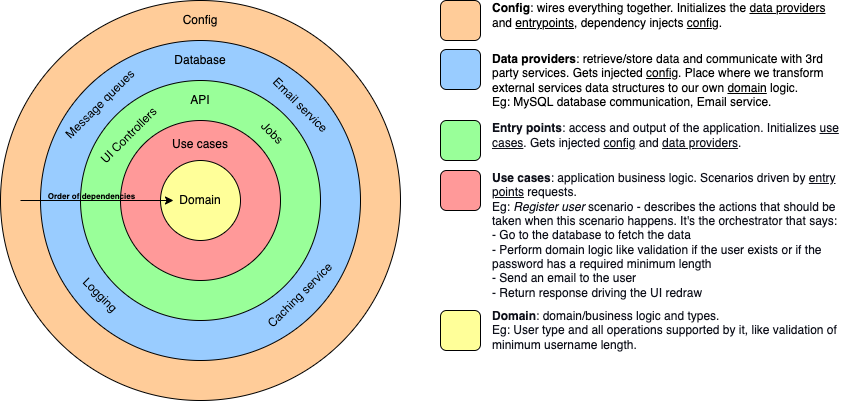
Above: diagram.png in Hurtak/clean-architecture (draw.io), before the change. Source tidied: cells renumbered, new cells last; positions are measured from the earlier drawing's top-left corner, leaving out a move shared by most shapes.
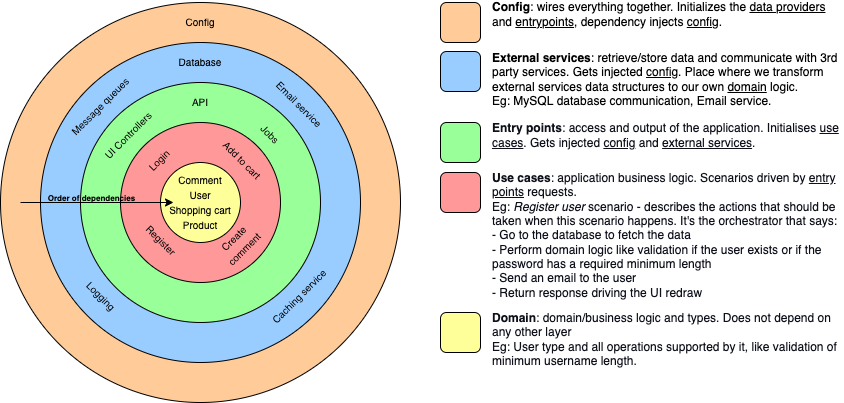
Above is the later version.

Commit message:
data-providers -> external-services

Diff of the diagram source:
```diff
@@ -17,37 +17,34 @@
     <mxCell id="6" style="ellipse;whiteSpace=wrap;html=1;fillColor=#FFFF99;" parent="1" vertex="1">
       <mxGeometry x="160" y="160" width="80" height="80" as="geometry" />
     </mxCell>
-    <mxCell id="7" value="Domain" style="text;html=1;strokeColor=none;fillColor=none;align=center;verticalAlign=middle;whiteSpace=wrap;rounded=0;" parent="1" vertex="1">
-      <mxGeometry x="170" y="185" width="60" height="30" as="geometry" />
-    </mxCell>
-    <mxCell id="8" value="Use cases" style="text;html=1;strokeColor=none;fillColor=none;align=center;verticalAlign=middle;whiteSpace=wrap;rounded=0;" parent="1" vertex="1">
-      <mxGeometry x="170" y="129" width="60" height="30" as="geometry" />
+    <mxCell id="8" value="&lt;font style=&quot;font-size: 10px&quot;&gt;Register&lt;/font&gt;" style="text;html=1;strokeColor=none;fillColor=none;align=center;verticalAlign=middle;whiteSpace=wrap;rounded=0;rotation=45;" parent="1" vertex="1">
+      <mxGeometry x="121" y="223" width="80" height="30" as="geometry" />
     </mxCell>
-    <mxCell id="9" value="API" style="text;html=1;strokeColor=none;fillColor=none;align=center;verticalAlign=middle;whiteSpace=wrap;rounded=0;" parent="1" vertex="1">
+    <mxCell id="9" value="&lt;font style=&quot;font-size: 10px&quot;&gt;API&lt;/font&gt;" style="text;html=1;strokeColor=none;fillColor=none;align=center;verticalAlign=middle;whiteSpace=wrap;rounded=0;" parent="1" vertex="1">
       <mxGeometry x="170" y="85" width="60" height="30" as="geometry" />
     </mxCell>
-    <mxCell id="10" value="Jobs" style="text;html=1;strokeColor=none;fillColor=none;align=center;verticalAlign=middle;whiteSpace=wrap;rounded=0;rotation=45;" parent="1" vertex="1">
-      <mxGeometry x="242" y="120" width="60" height="26" as="geometry" />
+    <mxCell id="10" value="&lt;font style=&quot;font-size: 10px&quot;&gt;Jobs&lt;/font&gt;" style="text;html=1;strokeColor=none;fillColor=none;align=center;verticalAlign=middle;whiteSpace=wrap;rounded=0;rotation=45;" parent="1" vertex="1">
+      <mxGeometry x="240" y="119" width="60" height="26" as="geometry" />
     </mxCell>
-    <mxCell id="11" value="UI Controllers&amp;nbsp;" style="text;html=1;strokeColor=none;fillColor=none;align=center;verticalAlign=middle;whiteSpace=wrap;rounded=0;rotation=-45;" parent="1" vertex="1">
-      <mxGeometry x="85" y="119" width="90" height="30" as="geometry" />
+    <mxCell id="11" value="&lt;font style=&quot;font-size: 10px&quot;&gt;UI Controllers&amp;nbsp;&lt;/font&gt;" style="text;html=1;strokeColor=none;fillColor=none;align=center;verticalAlign=middle;whiteSpace=wrap;rounded=0;rotation=-45;" parent="1" vertex="1">
+      <mxGeometry x="84" y="117" width="90" height="30" as="geometry" />
     </mxCell>
-    <mxCell id="12" value="Database" style="text;html=1;strokeColor=none;fillColor=none;align=center;verticalAlign=middle;whiteSpace=wrap;rounded=0;" parent="1" vertex="1">
+    <mxCell id="12" value="&lt;font style=&quot;font-size: 10px&quot;&gt;Database&lt;/font&gt;" style="text;html=1;strokeColor=none;fillColor=none;align=center;verticalAlign=middle;whiteSpace=wrap;rounded=0;" parent="1" vertex="1">
       <mxGeometry x="170" y="45" width="60" height="30" as="geometry" />
     </mxCell>
-    <mxCell id="13" value="Message queues" style="text;html=1;strokeColor=none;fillColor=none;align=center;verticalAlign=middle;whiteSpace=wrap;rounded=0;rotation=-45;" parent="1" vertex="1">
+    <mxCell id="13" value="&lt;font style=&quot;font-size: 10px&quot;&gt;Message queues&lt;/font&gt;" style="text;html=1;strokeColor=none;fillColor=none;align=center;verticalAlign=middle;whiteSpace=wrap;rounded=0;rotation=-45;" parent="1" vertex="1">
       <mxGeometry x="50" y="89" width="100" height="30" as="geometry" />
     </mxCell>
-    <mxCell id="14" value="Email service" style="text;html=1;strokeColor=none;fillColor=none;align=center;verticalAlign=middle;whiteSpace=wrap;rounded=0;rotation=45;" parent="1" vertex="1">
-      <mxGeometry x="250" y="90" width="100" height="30" as="geometry" />
+    <mxCell id="14" value="&lt;font style=&quot;font-size: 10px&quot;&gt;Email service&lt;/font&gt;" style="text;html=1;strokeColor=none;fillColor=none;align=center;verticalAlign=middle;whiteSpace=wrap;rounded=0;rotation=45;" parent="1" vertex="1">
+      <mxGeometry x="249" y="87" width="100" height="30" as="geometry" />
     </mxCell>
-    <mxCell id="15" value="Logging" style="text;html=1;strokeColor=none;fillColor=none;align=center;verticalAlign=middle;whiteSpace=wrap;rounded=0;rotation=45;" parent="1" vertex="1">
-      <mxGeometry x="50" y="280" width="100" height="30" as="geometry" />
+    <mxCell id="15" value="&lt;font style=&quot;font-size: 10px&quot;&gt;Logging&lt;/font&gt;" style="text;html=1;strokeColor=none;fillColor=none;align=center;verticalAlign=middle;whiteSpace=wrap;rounded=0;rotation=45;" parent="1" vertex="1">
+      <mxGeometry x="51" y="279" width="100" height="30" as="geometry" />
     </mxCell>
-    <mxCell id="16" value="Caching service" style="text;html=1;strokeColor=none;fillColor=none;align=center;verticalAlign=middle;whiteSpace=wrap;rounded=0;rotation=-45;" parent="1" vertex="1">
-      <mxGeometry x="250" y="280" width="100" height="30" as="geometry" />
+    <mxCell id="16" value="&lt;font style=&quot;font-size: 10px&quot;&gt;Caching service&lt;/font&gt;" style="text;html=1;strokeColor=none;fillColor=none;align=center;verticalAlign=middle;whiteSpace=wrap;rounded=0;rotation=-45;" parent="1" vertex="1">
+      <mxGeometry x="249" y="279" width="100" height="30" as="geometry" />
     </mxCell>
-    <mxCell id="17" value="Config" style="text;html=1;strokeColor=none;fillColor=none;align=center;verticalAlign=middle;whiteSpace=wrap;rounded=0;" parent="1" vertex="1">
+    <mxCell id="17" value="&lt;font style=&quot;font-size: 10px&quot;&gt;Config&lt;/font&gt;" style="text;html=1;strokeColor=none;fillColor=none;align=center;verticalAlign=middle;whiteSpace=wrap;rounded=0;" parent="1" vertex="1">
       <mxGeometry x="170" y="5" width="60" height="30" as="geometry" />
     </mxCell>
     <mxCell id="18" style="endArrow=classic;html=1;rounded=0;" parent="1" edge="1">
@@ -63,31 +60,52 @@
       <mxGeometry x="440" width="40" height="40" as="geometry" />
     </mxCell>
     <mxCell id="21" value="&lt;font color=&quot;#000000&quot;&gt;&lt;b&gt;Config&lt;/b&gt;: wires everything together. Initializes the &lt;u&gt;data providers&lt;/u&gt; and &lt;u&gt;entrypoints&lt;/u&gt;, dependency injects &lt;u&gt;config&lt;/u&gt;.&lt;/font&gt;" style="text;html=1;strokeColor=none;fillColor=none;align=left;verticalAlign=middle;whiteSpace=wrap;rounded=0;shadow=1;fontColor=#FFFFFF;" parent="1" vertex="1">
-      <mxGeometry x="490" width="350" height="30" as="geometry" />
+      <mxGeometry x="490" width="350" height="24" as="geometry" />
     </mxCell>
     <mxCell id="22" style="rounded=1;whiteSpace=wrap;html=1;fontColor=#FFFFFF;strokeColor=#000000;fillColor=#99CCFF;" parent="1" vertex="1">
       <mxGeometry x="440" y="49" width="40" height="40" as="geometry" />
     </mxCell>
-    <mxCell id="23" value="&lt;font color=&quot;#000000&quot;&gt;&lt;b&gt;Data providers&lt;/b&gt;: retrieve/store data and communicate with 3rd party services. Gets injected &lt;u&gt;config&lt;/u&gt;. Place where we transform external services data structures to our own &lt;u&gt;domain&lt;/u&gt; logic.&lt;br&gt;Eg: MySQL database communication, Email service.&lt;br&gt;&lt;/font&gt;" style="text;html=1;strokeColor=none;fillColor=none;align=left;verticalAlign=middle;whiteSpace=wrap;rounded=0;shadow=1;fontColor=#FFFFFF;" parent="1" vertex="1">
-      <mxGeometry x="490" y="50" width="350" height="60" as="geometry" />
+    <mxCell id="23" value="&lt;font color=&quot;#000000&quot;&gt;&lt;b&gt;External services&lt;/b&gt;: retrieve/store data and communicate with 3rd party services. Gets injected &lt;u&gt;config&lt;/u&gt;. Place where we transform external services data structures to our own &lt;u&gt;domain&lt;/u&gt; logic.&lt;br&gt;Eg: MySQL database communication, Email service.&lt;br&gt;&lt;/font&gt;" style="text;html=1;strokeColor=none;fillColor=none;align=left;verticalAlign=middle;whiteSpace=wrap;rounded=0;shadow=1;fontColor=#FFFFFF;" parent="1" vertex="1">
+      <mxGeometry x="490" y="50" width="350" height="53" as="geometry" />
     </mxCell>
     <mxCell id="24" style="rounded=1;whiteSpace=wrap;html=1;fontColor=#FFFFFF;strokeColor=#000000;fillColor=#99FF99;" parent="1" vertex="1">
       <mxGeometry x="440" y="120" width="40" height="40" as="geometry" />
     </mxCell>
-    <mxCell id="25" value="&lt;strong style=&quot;color: rgb(14 , 16 , 26) ; background: transparent ; margin-top: 0pt ; margin-bottom: 0pt&quot;&gt;Entry points&lt;/strong&gt;&lt;span style=&quot;color: rgb(14 , 16 , 26) ; background: transparent ; margin-top: 0pt ; margin-bottom: 0pt&quot;&gt;: access and output of the application. Initializes&amp;nbsp;&lt;/span&gt;&lt;u style=&quot;color: rgb(14 , 16 , 26) ; background: transparent ; margin-top: 0pt ; margin-bottom: 0pt&quot;&gt;&lt;span style=&quot;background: transparent ; margin-top: 0pt ; margin-bottom: 0pt&quot;&gt;use cases&lt;/span&gt;&lt;/u&gt;&lt;span style=&quot;color: rgb(14 , 16 , 26) ; background: transparent ; margin-top: 0pt ; margin-bottom: 0pt&quot;&gt;. Gets injected&amp;nbsp;&lt;/span&gt;&lt;u style=&quot;color: rgb(14 , 16 , 26) ; background: transparent ; margin-top: 0pt ; margin-bottom: 0pt&quot;&gt;&lt;span style=&quot;background: transparent ; margin-top: 0pt ; margin-bottom: 0pt&quot;&gt;config&lt;/span&gt;&lt;/u&gt;&lt;span style=&quot;color: rgb(14 , 16 , 26) ; background: transparent ; margin-top: 0pt ; margin-bottom: 0pt&quot;&gt;&amp;nbsp;and&amp;nbsp;&lt;/span&gt;&lt;u style=&quot;color: rgb(14 , 16 , 26) ; background: transparent ; margin-top: 0pt ; margin-bottom: 0pt&quot;&gt;&lt;span style=&quot;background: transparent ; margin-top: 0pt ; margin-bottom: 0pt&quot;&gt;data providers&lt;/span&gt;&lt;/u&gt;&lt;span style=&quot;color: rgb(14 , 16 , 26) ; background: transparent ; margin-top: 0pt ; margin-bottom: 0pt&quot;&gt;.&lt;/span&gt;" style="text;html=1;strokeColor=none;fillColor=none;align=left;verticalAlign=middle;whiteSpace=wrap;rounded=0;shadow=1;fontColor=#FFFFFF;" parent="1" vertex="1">
-      <mxGeometry x="490" y="120" width="350" height="29" as="geometry" />
+    <mxCell id="25" value="&lt;strong style=&quot;color: rgb(14 , 16 , 26) ; background: transparent ; margin-top: 0pt ; margin-bottom: 0pt&quot;&gt;Entry points&lt;/strong&gt;&lt;span style=&quot;color: rgb(14 , 16 , 26) ; background: transparent ; margin-top: 0pt ; margin-bottom: 0pt&quot;&gt;: access and output of the application. Initialises&amp;nbsp;&lt;/span&gt;&lt;u style=&quot;color: rgb(14 , 16 , 26) ; background: transparent ; margin-top: 0pt ; margin-bottom: 0pt&quot;&gt;&lt;span style=&quot;background: transparent ; margin-top: 0pt ; margin-bottom: 0pt&quot;&gt;use cases&lt;/span&gt;&lt;/u&gt;&lt;span style=&quot;color: rgb(14 , 16 , 26) ; background: transparent ; margin-top: 0pt ; margin-bottom: 0pt&quot;&gt;. Gets injected&amp;nbsp;&lt;/span&gt;&lt;u style=&quot;color: rgb(14 , 16 , 26) ; background: transparent ; margin-top: 0pt ; margin-bottom: 0pt&quot;&gt;&lt;span style=&quot;background: transparent ; margin-top: 0pt ; margin-bottom: 0pt&quot;&gt;config&lt;/span&gt;&lt;/u&gt;&lt;span style=&quot;color: rgb(14 , 16 , 26) ; background: transparent ; margin-top: 0pt ; margin-bottom: 0pt&quot;&gt;&amp;nbsp;and&amp;nbsp;&lt;/span&gt;&lt;u style=&quot;color: rgb(14 , 16 , 26) ; background: transparent ; margin-top: 0pt ; margin-bottom: 0pt&quot;&gt;&lt;span style=&quot;background: transparent ; margin-top: 0pt ; margin-bottom: 0pt&quot;&gt;external services&lt;/span&gt;&lt;/u&gt;&lt;span style=&quot;color: rgb(14 , 16 , 26) ; background: transparent ; margin-top: 0pt ; margin-bottom: 0pt&quot;&gt;.&lt;/span&gt;" style="text;html=1;strokeColor=none;fillColor=none;align=left;verticalAlign=middle;whiteSpace=wrap;rounded=0;shadow=1;fontColor=#FFFFFF;" parent="1" vertex="1">
+      <mxGeometry x="490" y="120" width="350" height="26" as="geometry" />
     </mxCell>
     <mxCell id="26" style="rounded=1;whiteSpace=wrap;html=1;fontColor=#FFFFFF;strokeColor=#000000;fillColor=#FF9999;" parent="1" vertex="1">
       <mxGeometry x="440" y="170" width="40" height="40" as="geometry" />
     </mxCell>
     <mxCell id="27" value="&lt;p style=&quot;color: rgb(14 , 16 , 26) ; background: transparent ; margin-top: 0pt ; margin-bottom: 0pt&quot;&gt;&lt;strong style=&quot;background: transparent ; margin-top: 0pt ; margin-bottom: 0pt&quot;&gt;Use cases&lt;/strong&gt;&lt;span style=&quot;background: transparent ; margin-top: 0pt ; margin-bottom: 0pt&quot;&gt;: application business logic. Scenarios driven by&amp;nbsp;&lt;/span&gt;&lt;u style=&quot;background: transparent ; margin-top: 0pt ; margin-bottom: 0pt&quot;&gt;&lt;span style=&quot;background: transparent ; margin-top: 0pt ; margin-bottom: 0pt&quot;&gt;entry points&lt;/span&gt;&lt;/u&gt;&lt;span style=&quot;background: transparent ; margin-top: 0pt ; margin-bottom: 0pt&quot;&gt;&amp;nbsp;requests.&lt;/span&gt;&lt;/p&gt;&lt;p style=&quot;color: rgb(14 , 16 , 26) ; background: transparent ; margin-top: 0pt ; margin-bottom: 0pt&quot;&gt;&lt;span style=&quot;background: transparent ; margin-top: 0pt ; margin-bottom: 0pt&quot;&gt;Eg:&amp;nbsp;&lt;/span&gt;&lt;em style=&quot;background: transparent ; margin-top: 0pt ; margin-bottom: 0pt&quot;&gt;Register user&lt;/em&gt;&lt;span style=&quot;background: transparent ; margin-top: 0pt ; margin-bottom: 0pt&quot;&gt;&amp;nbsp;scenario - describes the actions that should be taken when this scenario happens. It's the orchestrator that says:&lt;/span&gt;&lt;/p&gt;&lt;p style=&quot;color: rgb(14 , 16 , 26) ; background: transparent ; margin-top: 0pt ; margin-bottom: 0pt&quot;&gt;&lt;span style=&quot;background: transparent ; margin-top: 0pt ; margin-bottom: 0pt&quot;&gt;- Go to the database to fetch the data&lt;/span&gt;&lt;/p&gt;&lt;p style=&quot;color: rgb(14 , 16 , 26) ; background: transparent ; margin-top: 0pt ; margin-bottom: 0pt&quot;&gt;&lt;span style=&quot;background: transparent ; margin-top: 0pt ; margin-bottom: 0pt&quot;&gt;- Perform domain logic like validation if the user exists or if the password has a required minimum length&lt;/span&gt;&lt;/p&gt;&lt;p style=&quot;color: rgb(14 , 16 , 26) ; background: transparent ; margin-top: 0pt ; margin-bottom: 0pt&quot;&gt;&lt;span style=&quot;background: transparent ; margin-top: 0pt ; margin-bottom: 0pt&quot;&gt;- Send an email to the user&lt;/span&gt;&lt;/p&gt;&lt;p style=&quot;color: rgb(14 , 16 , 26) ; background: transparent ; margin-top: 0pt ; margin-bottom: 0pt&quot;&gt;&lt;span style=&quot;background: transparent ; margin-top: 0pt ; margin-bottom: 0pt&quot;&gt;- Return response driving the UI redraw&lt;/span&gt;&lt;/p&gt;" style="text;html=1;strokeColor=none;fillColor=none;align=left;verticalAlign=middle;whiteSpace=wrap;rounded=0;shadow=1;fontColor=#FFFFFF;" parent="1" vertex="1">
-      <mxGeometry x="490" y="170" width="350" height="130" as="geometry" />
+      <mxGeometry x="490" y="170" width="350" height="125" as="geometry" />
     </mxCell>
     <mxCell id="28" style="rounded=1;whiteSpace=wrap;html=1;fontColor=#FFFFFF;strokeColor=#000000;fillColor=#FFFF99;" parent="1" vertex="1">
       <mxGeometry x="440" y="310" width="40" height="40" as="geometry" />
     </mxCell>
-    <mxCell id="29" value="&lt;p style=&quot;color: rgb(14 , 16 , 26) ; background: transparent ; margin-top: 0pt ; margin-bottom: 0pt&quot;&gt;&lt;strong style=&quot;background: transparent ; margin-top: 0pt ; margin-bottom: 0pt&quot;&gt;Domain&lt;/strong&gt;&lt;span style=&quot;background: transparent ; margin-top: 0pt ; margin-bottom: 0pt&quot;&gt;: domain/business logic and types.&lt;/span&gt;&lt;/p&gt;&lt;p style=&quot;color: rgb(14 , 16 , 26) ; background: transparent ; margin-top: 0pt ; margin-bottom: 0pt&quot;&gt;&lt;span style=&quot;background: transparent ; margin-top: 0pt ; margin-bottom: 0pt&quot;&gt;Eg: User type and all operations supported by it, like validation of minimum username length.&lt;/span&gt;&lt;/p&gt;" style="text;html=1;strokeColor=none;fillColor=none;align=left;verticalAlign=middle;whiteSpace=wrap;rounded=0;shadow=1;fontColor=#FFFFFF;" parent="1" vertex="1">
-      <mxGeometry x="490" y="310" width="350" height="40" as="geometry" />
+    <mxCell id="29" value="&lt;p style=&quot;color: rgb(14 , 16 , 26) ; background: transparent ; margin-top: 0pt ; margin-bottom: 0pt&quot;&gt;&lt;strong style=&quot;background: transparent ; margin-top: 0pt ; margin-bottom: 0pt&quot;&gt;Domain&lt;/strong&gt;&lt;span style=&quot;background: transparent ; margin-top: 0pt ; margin-bottom: 0pt&quot;&gt;: domain/business logic and types. Does not depend on any other layer&lt;/span&gt;&lt;/p&gt;&lt;p style=&quot;color: rgb(14 , 16 , 26) ; background: transparent ; margin-top: 0pt ; margin-bottom: 0pt&quot;&gt;&lt;span style=&quot;background: transparent ; margin-top: 0pt ; margin-bottom: 0pt&quot;&gt;Eg: User type and all operations supported by it, like validation of minimum username length.&lt;/span&gt;&lt;/p&gt;" style="text;html=1;strokeColor=none;fillColor=none;align=left;verticalAlign=middle;whiteSpace=wrap;rounded=0;shadow=1;fontColor=#FFFFFF;" parent="1" vertex="1">
+      <mxGeometry x="490" y="310" width="350" height="54" as="geometry" />
     </mxCell>
+    <mxCell id="30" value="&lt;font style=&quot;font-size: 10px&quot;&gt;Comment&lt;/font&gt;" style="text;html=1;strokeColor=none;fillColor=none;align=center;verticalAlign=middle;whiteSpace=wrap;rounded=0;" parent="1" vertex="1">
+      <mxGeometry x="170" y="170" width="60" height="15" as="geometry" />
+    </mxCell>
+    <mxCell id="31" value="&lt;font style=&quot;font-size: 10px&quot;&gt;Login&lt;/font&gt;" style="text;html=1;strokeColor=none;fillColor=none;align=center;verticalAlign=middle;whiteSpace=wrap;rounded=0;rotation=-45;" parent="1" vertex="1">
+      <mxGeometry x="119" y="143" width="80" height="30" as="geometry" />
+    </mxCell>
+    <mxCell id="32" value="&lt;font style=&quot;font-size: 10px&quot;&gt;Create comment&lt;/font&gt;" style="text;html=1;strokeColor=none;fillColor=none;align=center;verticalAlign=middle;whiteSpace=wrap;rounded=0;rotation=-45;" parent="1" vertex="1">
+      <mxGeometry x="204" y="226" width="69.3" height="30" as="geometry" />
+    </mxCell>
+    <mxCell id="33" value="&lt;font style=&quot;font-size: 10px&quot;&gt;Add to cart&lt;/font&gt;" style="text;html=1;strokeColor=none;fillColor=none;align=center;verticalAlign=middle;whiteSpace=wrap;rounded=0;rotation=45;" parent="1" vertex="1">
+      <mxGeometry x="202" y="143" width="80" height="30" as="geometry" />
+    </mxCell>
+    <mxCell id="34" value="&lt;font style=&quot;font-size: 10px&quot;&gt;User&lt;/font&gt;" style="text;html=1;strokeColor=none;fillColor=none;align=center;verticalAlign=middle;whiteSpace=wrap;rounded=0;" parent="1" vertex="1">
+      <mxGeometry x="170" y="185" width="60" height="15" as="geometry" />
+    </mxCell>
+    <mxCell id="35" value="&lt;font style=&quot;font-size: 10px&quot;&gt;Shopping cart&lt;/font&gt;" style="text;html=1;strokeColor=none;fillColor=none;align=center;verticalAlign=middle;whiteSpace=wrap;rounded=0;" parent="1" vertex="1">
+      <mxGeometry x="165" y="200" width="70" height="15" as="geometry" />
+    </mxCell>
+    <mxCell id="36" value="&lt;font style=&quot;font-size: 10px&quot;&gt;Product&lt;/font&gt;" style="text;html=1;strokeColor=none;fillColor=none;align=center;verticalAlign=middle;whiteSpace=wrap;rounded=0;" parent="1" vertex="1">
+      <mxGeometry x="170" y="215" width="60" height="15" as="geometry" />
+    </mxCell>
   </root>
 </mxGraphModel>
```
